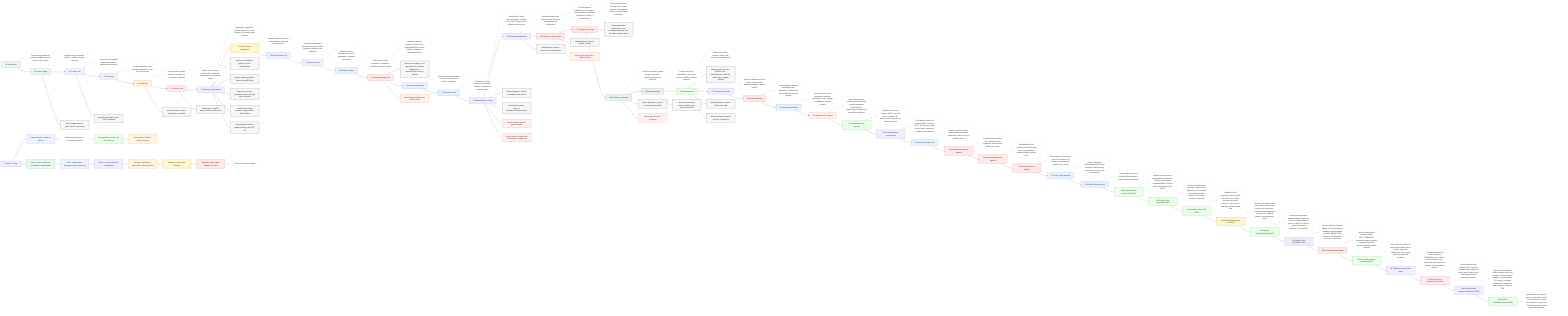
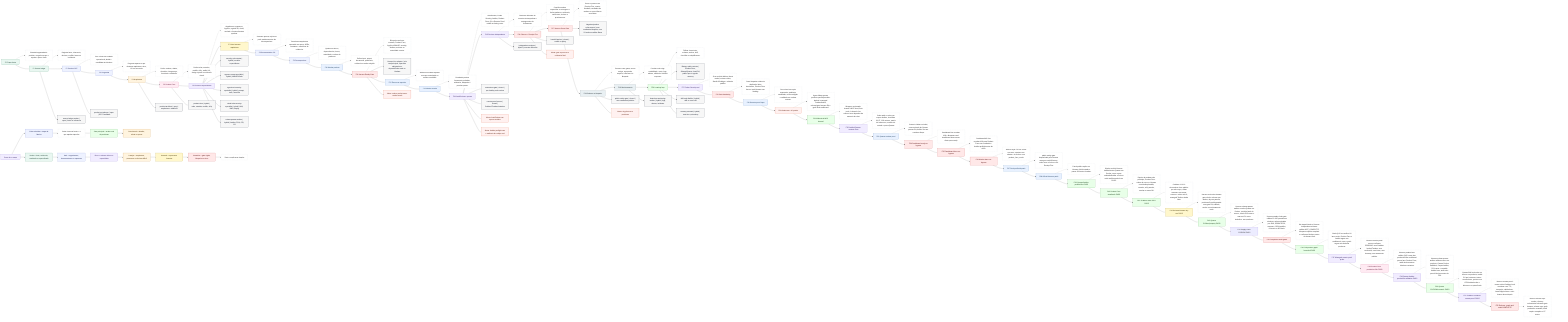
flowchart LR
  F0["F0 Paper bruto"]:::source
  F0D["Entrada baguncada do produto; congela escopo e separa o que e fonte."]:::desc
  F0 -.-> F0D
  F0 --> F1

  F1["F1 Source ledger"]:::source
  F1D["Registra fonte, inferencia, decisao, conflito, lacuna e confianca."]:::desc
  F1 -.-> F1D
  F1 --> F2

  F2["F2 Product SOT"]:::planning
  F2D["Cria a fonte da verdade operacional; ainda e candidata ate decisao."]:::desc
  F2 -.-> F2D
  F2 --> F3

  F3["F3 Perguntas"]:::planning
  F3D["Pergunta apenas o que destrava arquitetura, risco, UX ou execucao."]:::desc
  F3 -.-> F3D
  F3 --> F4

  F4["F4 Arquitetura"]:::architecture
  F4D["Define runtime, dados, dominios, integracoes, fronteiras e tradeoffs."]:::desc
  F4 -.-> F4D
  F4 --> F5

  F5["F5 Product Face"]:::face
  F5D["Define telas, estados, mobile, a11y, wallet UX, design system e evidencia visual."]:::desc
  F5 -.-> F5D
  F5 --> F6

  F6["F6 Revisoes especialistas"]:::review
  F6D["Arquitetura, seguranca, AppSec, agentic AI, cloud, onchain e frontend tentam quebrar."]:::desc
  F6 -.-> F6D
  F6 --> F7

  F7["F7 Gate humano arquitetura"]:::human
  F7D["Humano aprova, rejeita ou pede mudanca antes da decomposicao."]:::desc
  F7 -.-> F7D
  F7 --> F8

  F8["F8 Documentation OS"]:::planning
  F8D["Transforma arquitetura aprovada em specs, ADRs, contratos e caminhos de evidencia."]:::desc
  F8 -.-> F8D
  F8 --> F9

  F9["F9 Decomposicao"]:::planning
  F9D["Quebra em slices, dependencias, riscos, autoridade e ordem de producao."]:::desc
  F9 -.-> F9D
  F9 --> F10

  F10["F10 Worker packets"]:::execution
  F10D["Define input, output, ferramenta, proibicoes, evidencia e worker exigido."]:::desc
  F10 -.-> F10D
  F10 --> F11

  F11["F11 Hermes Ready Gate"]:::gate
  F11D["Bloqueia card sem contrato, Product Face, AppSec/OWASP, security, Auditor, reviewer ou autoridade correta."]:::desc
  F11 -.-> F11D
  F11 --> H1["Hermes live adapter | cria card principal, operarios obrigatorios e dependencias reais no Kanban"]:::worker
  F11 --> F12

  F12["F12 Execucao agentica"]:::execution
  F12D["Workers executam apenas o escopo autorizado no runtime escolhido."]:::desc
  F12 -.-> F12D
  F12 --> F13

  F13["F13 Worker results"]:::execution
  F13D["Resultado precisa ferramenta, achados, evidencia, bloqueios e proximo passo."]:::desc
  F13 -.-> F13D
  F13 --> F14

  F14["F14 AutoReview e provas"]:::review
  F14D["AutoReview, Codex Security, Auditor, Product Face, QA e Remote Proof rodam no timing certo."]:::desc
  F14 -.-> F14D
  F14 --> F15

  F15["F15 Revisao independente"]:::review
  F15D["Reviewer diferente do executor tenta quebrar a entrega antes do fechamento."]:::desc
  F15 -.-> F15D
  F15 --> F16

  F16["F16 Closure + Receipt Five"]:::gate
  F16D["Concilia workers requeridos vs entregues e fecha mudanca, evidencia, verificacao, revisao e proxima acao."]:::desc
  F16 -.-> F16D
  F16 --> F17

  F17["F17 Hermes Done Gate"]:::gate
  F17D["Done so passa com Receipt Five, evento Kanban, resultados de workers e reconciliacao sem faltas."]:::desc
  F17 -.-> F17D
  F17 --> H2["Negative/positive enforcement | sem resultados bloqueia; com 12 workers validos libera"]:::worker
  F17 --> F18

  F18["F18 Release ou bloqueio"]:::release
  F18D["Promove com gates; senao corrige, supersede, arquiva, volta fase ou bloqueia."]:::desc
  F18 -.-> F18D
  F18 --> F19

  F19["F19 Monitoramento"]:::release
  F19D["Produto real exige estabilidade, custo, logs, alertas, rollback e incident response."]:::desc
  F19 -.-> F19D
  F19 --> F20

  F20["F20 Learning loop"]:::learning
  F20D["Falhas viram teste, schema, worker, skill, checklist ou simplificacao."]:::desc
  F20 -.-> F20D
  F20 --> H3["Battery multi-contexto | Product Face, Solana/Quasar, cloud R4, public repo e agentic memory"]:::worker
  F20 --> F27

  F27["F27 Codex Security real"]:::review
  F27D["Scan real da fabrica: threat model, revisao critica, Bandit 0 findings e relatorio publico."]:::desc
  F27 -.-> F27D
  F27 --> F28

  F28["F28 Gate hardening"]:::gate
  F28D["Done bloqueia evidencia duplicada, inline inexistente, Product Face fraco e task Hermes sem binding."]:::desc
  F28 -.-> F28D
  F28 --> F29

  F29["F29 Remote proof limpo"]:::execution
  F29D["Prova local em copia temporaria, ambiente sanitizado, recibo redigido e validado em runtime externo."]:::desc
  F29 -.-> F29D
  F29 --> F30

  F30["F30 Ainda nao e 10 pratico"]:::alert
  F30D["Agora faltam provas product-specific/provider-backed: managed Testbox/broker, release/gate humano R4 e grafo final reutilizavel."]:::desc
  F30 -.-> F30D
  F30 --> F31

  F31["F31 Whimsical MCP duravel"]:::learning
  F31D["Wrapper versionado chama o MCP local, lista tools, le board e faz edicoes sem depender da memoria do chat."]:::desc
  F31 -.-> F31D
  F31 --> F32

  F32["F32 Auditor/Quasar contrato forte"]:::review
  F32D["Code audit so vale com corpus Auditor, checklists 01-07, 100 vetores, matriz de instrucoes, modelo de estado e prova Quasar."]:::desc
  F32 -.-> F32D
  F32 --> F33

  F33["F33 Quasar runtime proof"]:::execution
  F33D["Crates.io falhou no build; source pinado do Quasar passou init, build e test em container limpo."]:::desc
  F33 -.-> F33D
  F33 --> F34

  F34["F34 Dashboard ready no-bypass"]:::gate
  F34D["Dashboard live recebeu 409 e bloqueou card invalida ao tentar mover direto para ready."]:::desc
  F34 -.-> F34D
  F34 --> F35

  F35["F35 Dashboard done no-bypass"]:::gate
  F35D["Dashboard/API live recebeu 409 para Product Face sem resultado e Auditor preflight antes de done."]:::desc
  F35 -.-> F35D
  F35 --> F36

  F36["F36 Worker done no-bypass"]:::gate
  F36D["Worker-style CLI live voltou nao-zero, manteve run aberta e so fechou com product_face_result."]:::desc
  F36 -.-> F36D
  F36 --> F37

  F37["F37 Real profile dispatch"]:::execution
  F37D["public-safety-gate despachado pelo Hermes carregou overkill-factory, rodou scan e fechou com Receipt Five."]:::desc
  F37 -.-> F37D
  F37 --> F38

  F38["F38 Official Hermes patch"]:::execution
  F38D["Patch publico aplica no Hermes oficial testado e passa 119 testes focados."]:::desc
  F38 -.-> F38D
  F38 --> F39

  F39["F39 Quasar/Auditor product-like PASS"]:::learning
  F39D["Worker real do Hermes buildou/testou Quasar em Docker, usou corpus solanabr/Auditor e fechou code-audit bounded com PASS."]:::desc
  F39 -.-> F39D
  F39 --> F40

  F40["F40 Product Face atualizado PASS"]:::learning
  F40D["Depois da mudanca do prototipo, Product Face rodou de novo no Hermes com desktop/mobile, console, a11y smoke, overlap e scans OK."]:::desc
  F40 -.-> F40D
  F40 --> F41

  F41["F41 Crabbox static-SSH PASS"]:::learning
  F41D["Crabbox v0.26.0 sincronizou clone publico por ssh+rsync, rodou scanners em runner externo e voltou exit 0; managed Testbox ainda falta."]:::desc
  F41 -.-> F41D
  F41 --> F42

  F42["F42 Release/Human dry-run PASS"]:::human
  F42D["Hermes real rodou human-gate-clerk e release-ops-worker; dry-run passou, producao ficou bloqueada sem gate R4, rollback, smoke e monitoramento reais."]:::desc
  F42 -.-> F42D
  F42 --> F43

  F43["F43 Quasar CU/fuzz/property PASS"]:::learning
  F43D["Hermes solana-quasar-auditor rerodou Quasar em Docker, conferiu hash do source, cobriu 513 casos e marcou CU como simbolico, nao producao."]:::desc
  F43 -.-> F43D
  F43 --> F44

  F44["F44 Supply-chain CI/SBOM PASS"]:::security
  F44D["Hermes supply-chain-gate validou CI com permissoes minimas, actions pinadas por SHA, SBOM SPDX, scanners, JSON publico, 64 testes e diff check."]:::desc
  F44 -.-> F44D
  F44 --> F45

  F45["F45 Completion audit guard"]:::gate
-   F45D["Hermes independent-reviewer validou NOT_COMPLETE, bloqueou require-complete e confirmou blockers product-specific/provider-backed."]:::desc
+   F45D["Na etapa historica, Hermes independent-reviewer validou NOT_COMPLETE, bloqueou require-complete e confirmou blockers antes da closure final."]:::desc
  F45 -.-> F45D
  F45 --> F46

  F46["F46 Full product graph bounded PASS"]:::learning
  F46D["Grafo QVG reconciliou 10 lanes reais; Product Face e Auditor agora sao reutilizaveis, mas o grafo segue sem declarar producao."]:::desc
  F46 -.-> F46D
  F46 --> F47

  F47["F47 Managed remote proof probe"]:::review
  F47D["Hermes remote-proof-runner confirmou PENDING: sem Crabbox broker/Testbox, sem credencial, sem lease, sem cleanup; sem vazamento publico."]:::desc
  F47 -.-> F47D
  F47 --> F48

  F48["F48 Product Face production-like PASS"]:::face
  F48D["Hermes product-face validou QVG como alvo production-like reutilizavel para a lane Product Face; audit ainda manteve blockers restantes."]:::desc
  F48 -.-> F48D
  F48 --> F49

  F49["F49 Quasar Auditor production-validation PASS"]:::review
  F49D["Hermes solana-quasar-auditor validou source em products, Quasar Docker build/test, corpus Auditor, 513 casos e reusable Auditor lane; audit caiu para 4 blockers antes do F50."]:::desc
  F49 -.-> F49D
  F49 --> F50

  F50["F50 Quasar CU/SVM/economic PASS"]:::learning
-   F50D["QuasarSVM real rodou no source em products, mediu CU por instrucao, testou sucesso/erro, provou sem CPI/fundos/escrita e audit caiu para 3 blockers."]:::desc
+   F50D["QuasarSVM real rodou no source em products, mediu CU por instrucao, testou sucesso/erro, provou sem CPI/fundos/escrita e deixou so os gates finais."]:::desc
  F50 -.-> F50D
+   F50 --> F51
+ 
+   F51["F51 Crabbox container remote proof PASS"]:::review
+   F51D["Hermes remote-proof-runner rodou Crabbox local-container com TTL, transcript, validadores, leaseStopped true e zero leases ativos depois."]:::desc
+   F51 -.-> F51D
+   F51 --> F52
+ 
+   F52["F52 Release, graph and audit COMPLETE"]:::gate
+   F52D["Hermes release-ops-worker e factory-orchestrator fecharam gate humano, release ops, grafo production reusable, audit require-complete e 97 testes."]:::desc
+   F52 -.-> F52D

  F1 --> W1["source-ledger-worker | open | fonte vs inferencia"]:::worker
  F2 --> W2["product-sot-planner | open | SOT candidata"]:::worker
  F4 --> W3["product-architect | open | arquitetura e tradeoffs"]:::worker
  F5 --> W4["product-face | hybrid | telas, estados, mobile, a11y"]:::worker
  F6 --> W5["security-orchestrator | hybrid | escolhe especialistas"]:::worker
  F6 --> W6["appsec-owasp-specialist | hybrid | Web/API/Auth"]:::worker
  F6 --> W7["agentic-ai-security-specialist | hybrid | prompt, tools, memoria"]:::worker
  F6 --> W8["cloud-infra-security-specialist | hybrid | IAM, KMS, deploy"]:::worker
  F6 --> W9["solana-quasar-auditor | hybrid | Auditor, PDA, CPI, CU"]:::worker
  F14 --> W10["autoreview-gate | closed | pre-landing code review"]:::worker
  F14 --> W11["remote-proof-runner | closed | Crabbox/Testbox/container"]:::worker
  F15 --> W12["independent-reviewer | hybrid | executor diferente"]:::worker
  F16 --> W13["handoff-packer | closed | estado e replay"]:::worker
  F18 --> W14["public-safety-gate | closed | sem vazamento publico"]:::worker
  F19 --> W15["detection-monitoring-worker | hybrid | logs, alertas, incidente"]:::worker
  F20 --> W16["skill-eval-distiller | hybrid | skill so com eval"]:::worker
  F20 --> W17["memory-steward | hybrid | trust tier e poisoning"]:::worker

  F11 --> A1["Alerta: worker packet nao e worker result"]:::alert
  F16 --> A2["Alerta: gate report nao e evidencia final"]:::alert
  F14 --> A3["Alerta: AutoReview nao aprova sozinho"]:::alert
  F14 --> A4["Alerta: Auditor preflight nao e auditoria de codigo real"]:::alert
  F18 --> A5["Alerta: dry pilot nao e producao"]:::alert

  LEGEND0["Como ler o mapa"]:::review
  LEGEND1["Caixa colorida = etapa da fabrica"]:::planning
  LEGEND2["Caixa cinza na frente = o que aquela etapa faz"]:::desc
  LEGEND3["Seta principal = ordem real de producao"]:::learning
  LEGEND4["Seta lateral = detalhe, alerta ou prova"]:::architecture
  LEGEND5["Verde = fonte, evidencia, resultado ou aprendizado"]:::source
  LEGEND6["Azul = organizacao, documentacao ou operacao"]:::planning
  LEGEND7["Roxo = revisao critica ou especialista"]:::review
  LEGEND8["Laranja = arquitetura, promocao ou decisao dificil"]:::architecture
  LEGEND9["Amarelo = aprovacao humana"]:::human
  LEGEND10["Vermelho = gate rigido, bloqueio ou risco"]:::gate
  LEGEND11["Prata = explicacao simples"]:::desc

  LEGEND0 --> LEGEND1 --> LEGEND2 --> LEGEND3 --> LEGEND4
  LEGEND0 --> LEGEND5 --> LEGEND6 --> LEGEND7 --> LEGEND8 --> LEGEND9 --> LEGEND10 --> LEGEND11

  classDef source fill:#e9f7f1,stroke:#217a54,color:#12372a;
  classDef planning fill:#eef2ff,stroke:#4f63c6,color:#1c2455;
  classDef architecture fill:#fff4df,stroke:#b36b00,color:#4a2d00;
  classDef face fill:#ffeaf2,stroke:#c23b72,color:#5f1735;
  classDef review fill:#f1ecff,stroke:#7656c9,color:#33215f;
  classDef human fill:#fff7cc,stroke:#9b7a00,color:#3d3000;
  classDef execution fill:#e8f1ff,stroke:#2e6db5,color:#173858;
  classDef gate fill:#ffe8e8,stroke:#bf3434,color:#5a1111;
  classDef release fill:#e9f0f3,stroke:#51626b,color:#202b30;
  classDef learning fill:#e8ffe8,stroke:#3b8b3b,color:#173d17;
  classDef desc fill:#ffffff,stroke:#aab3bd,color:#222222,stroke-dasharray: 3 3;
  classDef worker fill:#f7f7f7,stroke:#111827,color:#111827;
  classDef alert fill:#fff1f0,stroke:#d4380d,color:#5c1a08;
